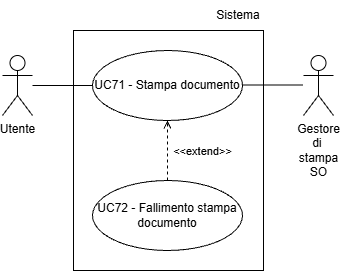
Above: assets/Use_Case_Diagrams/UC71.png in Team-Three-Technologies/Documenti (draw.io), before the change. Source tidied: cells renumbered, new cells last; positions are measured from the earlier drawing's top-left corner, leaving out a move shared by most shapes.
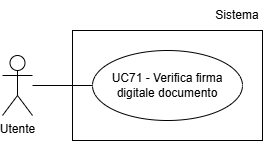
The same file after the commit.

Diff of the diagram source:
```diff
@@ -3,36 +3,21 @@
     <mxCell id="0" />
     <mxCell id="1" parent="0" />
     <mxCell id="2" value="Utente" style="shape=umlActor;verticalLabelPosition=bottom;verticalAlign=top;html=1;outlineConnect=0;" parent="1" vertex="1">
-      <mxGeometry y="55" width="30" height="60" as="geometry" />
+      <mxGeometry x="41" y="55" width="30" height="60" as="geometry" />
     </mxCell>
-    <mxCell id="3" style="endArrow=none;html=1;rounded=0;entryX=0;entryY=0.5;entryDx=0;entryDy=0;" parent="1" edge="1" source="2">
-      <mxGeometry relative="1" as="geometry">
-        <mxPoint x="90" y="85" as="targetPoint" />
-      </mxGeometry>
-    </mxCell>
-    <mxCell id="4" value="UC71 - Stampa documento" style="ellipse;whiteSpace=wrap;html=1;" parent="1" vertex="1">
-      <mxGeometry x="90" y="50" width="150" height="70" as="geometry" />
-    </mxCell>
-    <mxCell id="5" style="endArrow=none;html=1;rounded=0;entryX=0;entryY=0.5;entryDx=0;entryDy=0;" parent="1" edge="1">
-      <mxGeometry relative="1" as="geometry">
-        <mxPoint x="240" y="84.5" as="sourcePoint" />
-        <mxPoint x="300" y="84.5" as="targetPoint" />
-      </mxGeometry>
-    </mxCell>
+    <mxCell id="11" style="endArrow=none;html=1;rounded=0;entryX=0;entryY=0.5;entryDx=0;entryDy=0;" parent="1" edge="1" source="2">
+      <mxGeometry relative="1" as="geometry">
+        <mxPoint x="131" y="85" as="targetPoint" />
+      </mxGeometry>
+    </mxCell>
+    <mxCell id="12" value="UC71 - Verifica firma digitale documento" style="ellipse;whiteSpace=wrap;html=1;" parent="1" vertex="1">
+      <mxGeometry x="131" y="50" width="150" height="70" as="geometry" />
+    </mxCell>
+    <mxCell id="13" style="rounded=0;whiteSpace=wrap;html=1;fillColor=none;" parent="1" vertex="1">
+      <mxGeometry x="111" y="30" width="190" height="110" as="geometry" />
+    </mxCell>
     <mxCell id="6" value="Sistema" style="text;html=1;whiteSpace=wrap;strokeColor=none;fillColor=none;align=center;verticalAlign=middle;rounded=0;" parent="1" vertex="1">
-      <mxGeometry x="211" width="50" height="30" as="geometry" />
+      <mxGeometry x="251" width="50" height="30" as="geometry" />
     </mxCell>
-    <mxCell id="7" style="rounded=0;whiteSpace=wrap;html=1;fillColor=none;" parent="1" vertex="1">
-      <mxGeometry x="71" y="30" width="190" height="240" as="geometry" />
-    </mxCell>
-    <mxCell id="8" value="UC72 - Fallimento stampa documento" style="ellipse;whiteSpace=wrap;html=1;" parent="1" vertex="1">
-      <mxGeometry x="90" y="180" width="150" height="70" as="geometry" />
-    </mxCell>
-    <mxCell id="9" value="&amp;lt;&amp;lt;extend&amp;gt;&amp;gt;" style="html=1;verticalAlign=bottom;labelBackgroundColor=none;endArrow=open;endFill=0;dashed=1;rounded=0;exitX=0.5;exitY=0;exitDx=0;exitDy=0;entryX=0.5;entryY=1;entryDx=0;entryDy=0;" parent="1" edge="1" source="8" target="4">
-      <mxGeometry x="-0.33" y="-35" relative="1" as="geometry" />
-    </mxCell>
-    <mxCell id="10" value="&lt;span style=&quot;text-wrap-mode: wrap;&quot;&gt;Gestore di&amp;nbsp;&lt;/span&gt;&lt;div&gt;&lt;span style=&quot;text-wrap-mode: wrap;&quot;&gt;stampa SO&lt;/span&gt;&lt;/div&gt;" style="shape=umlActor;verticalLabelPosition=bottom;verticalAlign=top;html=1;" parent="1" vertex="1">
-      <mxGeometry x="301" y="55" width="30" height="60" as="geometry" />
-    </mxCell>
   </root>
 </mxGraphModel>
```
